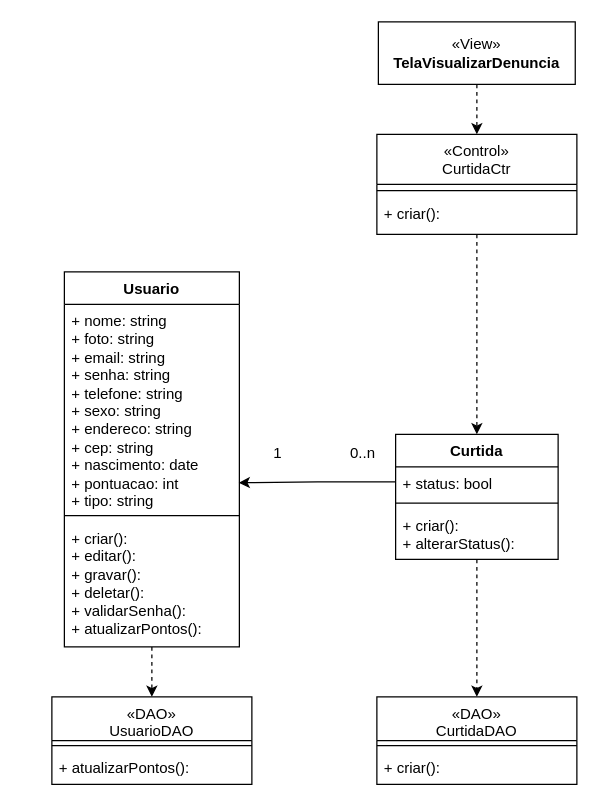
The draw.io diagram Documentação/Diagramas/Diagramas de Casos de Uso/Diagrama de Caso de Uso Curtir.drawio in frsouzaa/Documentacao-TCC-NossaVia, before the edit. Source tidied: cells renumbered, new cells numbered last; positions are measured from the earlier drawing's top-left corner, leaving out a move shared by most shapes. Both pictures are drawn from the tidied source at 125%, with x=0, y=0 at pixel (51, 21).
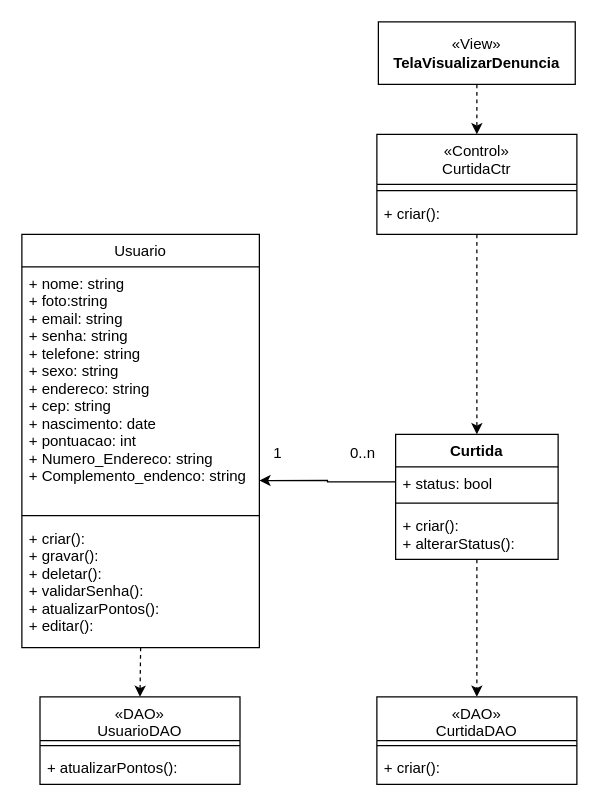
Above is the later version.

The change refers to these unchanged cells:
```xml
<mxCell id="15" value="+ status: bool" style="text;strokeColor=none;fillColor=none;align=left;verticalAlign=top;spacingLeft=4;spacingRight=4;overflow=hidden;points=[[0,0.5],[1,0.5]];portConstraint=eastwest;whiteSpace=wrap;html=1;" parent="14" vertex="1">
  <mxGeometry y="26" width="130" height="24" as="geometry" />
</mxCell>
<mxCell id="24" value="«DAO»&#10;CurtidaDAO&#10;" style="swimlane;fontStyle=0;align=center;verticalAlign=top;horizontal=1;startSize=35;rounded=0;shadow=0;strokeWidth=1;" parent="1" vertex="1">
  <mxGeometry x="260" y="540" width="160" height="70" as="geometry" />
</mxCell>
```

Diff of the diagram source:
```diff
@@
-    <mxCell id="8" style="edgeStyle=orthogonalEdgeStyle;rounded=0;jettySize=auto;html=1;entryX=0.5;entryY=0;entryDx=0;entryDy=0;dashed=1;" parent="1" edge="1" source="9" target="21">
+    <mxCell id="8" style="edgeStyle=orthogonalEdgeStyle;rounded=0;jettySize=auto;html=1;entryX=0.5;entryY=0;entryDx=0;entryDy=0;dashed=1;exitX=0.5;exitY=1;exitDx=0;exitDy=0;" parent="1" edge="1" source="9" target="21">
       <mxGeometry relative="1" as="geometry" />
     </mxCell>
-    <mxCell id="9" value="Usuario" style="swimlane;fontStyle=1;align=center;verticalAlign=top;horizontal=1;startSize=26;whiteSpace=wrap;html=1;" parent="1" vertex="1">
-      <mxGeometry x="10" y="200" width="140" height="300" as="geometry" />
-    </mxCell>
-    <mxCell id="10" value="&lt;span style=&quot;text-wrap: nowrap;&quot;&gt;+ nome: string&lt;/span&gt;&lt;br style=&quot;padding: 0px; margin: 0px; text-wrap: nowrap;&quot;&gt;&lt;span style=&quot;text-wrap: nowrap;&quot;&gt;+ foto: string&lt;/span&gt;&lt;br style=&quot;padding: 0px; margin: 0px; text-wrap: nowrap;&quot;&gt;&lt;span style=&quot;text-wrap: nowrap;&quot;&gt;+ email: string&lt;/span&gt;&lt;br style=&quot;padding: 0px; margin: 0px; text-wrap: nowrap;&quot;&gt;&lt;span style=&quot;text-wrap: nowrap;&quot;&gt;+ senha: string&lt;/span&gt;&lt;br style=&quot;padding: 0px; margin: 0px; text-wrap: nowrap;&quot;&gt;&lt;span style=&quot;text-wrap: nowrap;&quot;&gt;+ telefone: string&lt;/span&gt;&lt;br style=&quot;padding: 0px; margin: 0px; text-wrap: nowrap;&quot;&gt;&lt;span style=&quot;text-wrap: nowrap;&quot;&gt;+ sexo: string&lt;/span&gt;&lt;br style=&quot;padding: 0px; margin: 0px; text-wrap: nowrap;&quot;&gt;&lt;span style=&quot;text-wrap: nowrap;&quot;&gt;+ endereco: string&lt;/span&gt;&lt;br style=&quot;padding: 0px; margin: 0px; text-wrap: nowrap;&quot;&gt;&lt;span style=&quot;text-wrap: nowrap;&quot;&gt;+ cep: string&lt;/span&gt;&lt;br style=&quot;padding: 0px; margin: 0px; text-wrap: nowrap;&quot;&gt;&lt;span style=&quot;text-wrap: nowrap;&quot;&gt;+ nascimento: date&lt;/span&gt;&lt;br style=&quot;padding: 0px; margin: 0px; text-wrap: nowrap;&quot;&gt;&lt;span style=&quot;text-wrap: nowrap;&quot;&gt;+ pontuacao: int&lt;/span&gt;&lt;br style=&quot;padding: 0px; margin: 0px; text-wrap: nowrap;&quot;&gt;&lt;span style=&quot;text-wrap: nowrap;&quot;&gt;+ tipo: string&amp;nbsp;&lt;/span&gt;" style="text;strokeColor=none;fillColor=none;align=left;verticalAlign=top;spacingLeft=4;spacingRight=4;overflow=hidden;points=[[0,0.5],[1,0.5]];portConstraint=eastwest;whiteSpace=wrap;html=1;" parent="9" vertex="1">
-      <mxGeometry y="26" width="140" height="164" as="geometry" />
-    </mxCell>
-    <mxCell id="11" style="line;strokeWidth=1;fillColor=none;align=left;verticalAlign=middle;spacingTop=-1;spacingLeft=3;spacingRight=3;labelPosition=right;strokeColor=inherit;" parent="9" vertex="1">
-      <mxGeometry y="190" width="140" height="10" as="geometry" />
-    </mxCell>
-    <mxCell id="12" value="&lt;span style=&quot;text-wrap: nowrap;&quot;&gt;+ criar():&lt;/span&gt;&lt;br style=&quot;padding: 0px; margin: 0px; text-wrap: nowrap;&quot;&gt;&lt;span style=&quot;text-wrap: nowrap;&quot;&gt;+ editar():&amp;nbsp;&lt;/span&gt;&lt;br style=&quot;padding: 0px; margin: 0px; text-wrap: nowrap;&quot;&gt;&lt;span style=&quot;text-wrap: nowrap;&quot;&gt;+ gravar():&lt;/span&gt;&lt;br style=&quot;padding: 0px; margin: 0px; text-wrap: nowrap;&quot;&gt;&lt;span style=&quot;text-wrap: nowrap;&quot;&gt;+ deletar():&amp;nbsp;&lt;/span&gt;&lt;br style=&quot;padding: 0px; margin: 0px; text-wrap: nowrap;&quot;&gt;&lt;span style=&quot;text-wrap: nowrap;&quot;&gt;+ validarSenha():&lt;/span&gt;&lt;br style=&quot;padding: 0px; margin: 0px; text-wrap: nowrap;&quot;&gt;&lt;span style=&quot;text-wrap: nowrap;&quot;&gt;+ atualizarPontos():&lt;/span&gt;" style="text;strokeColor=none;fillColor=none;align=left;verticalAlign=top;spacingLeft=4;spacingRight=4;overflow=hidden;whiteSpace=wrap;html=1;" parent="9" vertex="1">
-      <mxGeometry y="200" width="140" height="100" as="geometry" />
-    </mxCell>
@@
-    <mxCell id="20" style="edgeStyle=orthogonalEdgeStyle;rounded=0;jettySize=auto;html=1;entryX=0.996;entryY=0.87;entryDx=0;entryDy=0;entryPerimeter=0;" parent="1" edge="1" source="15" target="10">
-      <mxGeometry relative="1" as="geometry" />
-    </mxCell>
+    <mxCell id="27" style="edgeStyle=orthogonalEdgeStyle;rounded=0;jettySize=auto;html=1;entryX=1;entryY=0.881;entryDx=0;entryDy=0;entryPerimeter=0;" parent="1" edge="1" source="15" target="30">
+      <mxGeometry relative="1" as="geometry" />
+    </mxCell>
     <mxCell id="21" value="«DAO»&#10;UsuarioDAO&#10;" style="swimlane;fontStyle=0;align=center;verticalAlign=top;horizontal=1;startSize=35;rounded=0;shadow=0;strokeWidth=1;" parent="1" vertex="1">
-      <mxGeometry y="540" width="160" height="70" as="geometry" />
+      <mxGeometry x="-9.5" y="540" width="160" height="70" as="geometry" />
     </mxCell>
-    <mxCell id="22" style="line;html=1;strokeWidth=1;align=left;verticalAlign=middle;spacingTop=-1;spacingLeft=3;spacingRight=3;labelPosition=right;" parent="21" vertex="1">
-      <mxGeometry y="35" width="160" height="8" as="geometry" />
-    </mxCell>
+    <mxCell id="28" style="line;html=1;strokeWidth=1;align=left;verticalAlign=middle;spacingTop=-1;spacingLeft=3;spacingRight=3;labelPosition=right;" parent="21" vertex="1">
+      <mxGeometry y="35" width="160" height="8" as="geometry" />
+    </mxCell>
@@
-    <mxCell id="25" style="line;html=1;strokeWidth=1;align=left;verticalAlign=middle;spacingTop=-1;spacingLeft=3;spacingRight=3;labelPosition=right;" parent="24" vertex="1">
-      <mxGeometry y="35" width="160" height="8" as="geometry" />
-    </mxCell>
+    <mxCell id="29" style="line;html=1;strokeWidth=1;align=left;verticalAlign=middle;spacingTop=-1;spacingLeft=3;spacingRight=3;labelPosition=right;" parent="24" vertex="1">
+      <mxGeometry y="35" width="160" height="8" as="geometry" />
+    </mxCell>
@@
+    <mxCell id="9" value="Usuario" style="swimlane;fontStyle=0;align=center;verticalAlign=top;horizontal=1;startSize=26;rounded=0;shadow=0;strokeWidth=1;" parent="1" vertex="1">
+      <mxGeometry x="-24" y="170" width="190" height="330.5" as="geometry" />
+    </mxCell>
+    <mxCell id="30" value="+ nome: string&#10;+ foto:string&#10;+ email: string&#10;+ senha: string&#10;+ telefone: string&#10;+ sexo: string&#10;+ endereco: string&#10;+ cep: string&#10;+ nascimento: date&#10;+ pontuacao: int&#10;+ Numero_Endereco: string &#10;+ Complemento_endenco: string" style="text;align=left;verticalAlign=top;spacingLeft=4;spacingRight=4;overflow=hidden;points=[[0,0.5],[1,0.5]];portConstraint=eastwest;" parent="9" vertex="1">
+      <mxGeometry y="26" width="190" height="194" as="geometry" />
+    </mxCell>
+    <mxCell id="31" style="line;html=1;strokeWidth=1;align=left;verticalAlign=middle;spacingTop=-1;spacingLeft=3;spacingRight=3;labelPosition=right;" parent="9" vertex="1">
+      <mxGeometry y="220" width="190" height="10" as="geometry" />
+    </mxCell>
+    <mxCell id="32" value="+ criar(): &#10;+ gravar():&#10;+ deletar(): &#10;+ validarSenha():&#10;+ atualizarPontos():&#10;+ editar():" style="text;align=left;verticalAlign=top;spacingLeft=4;spacingRight=4;overflow=hidden;" parent="9" vertex="1">
+      <mxGeometry y="230" width="190" height="92" as="geometry" />
+    </mxCell>
```
